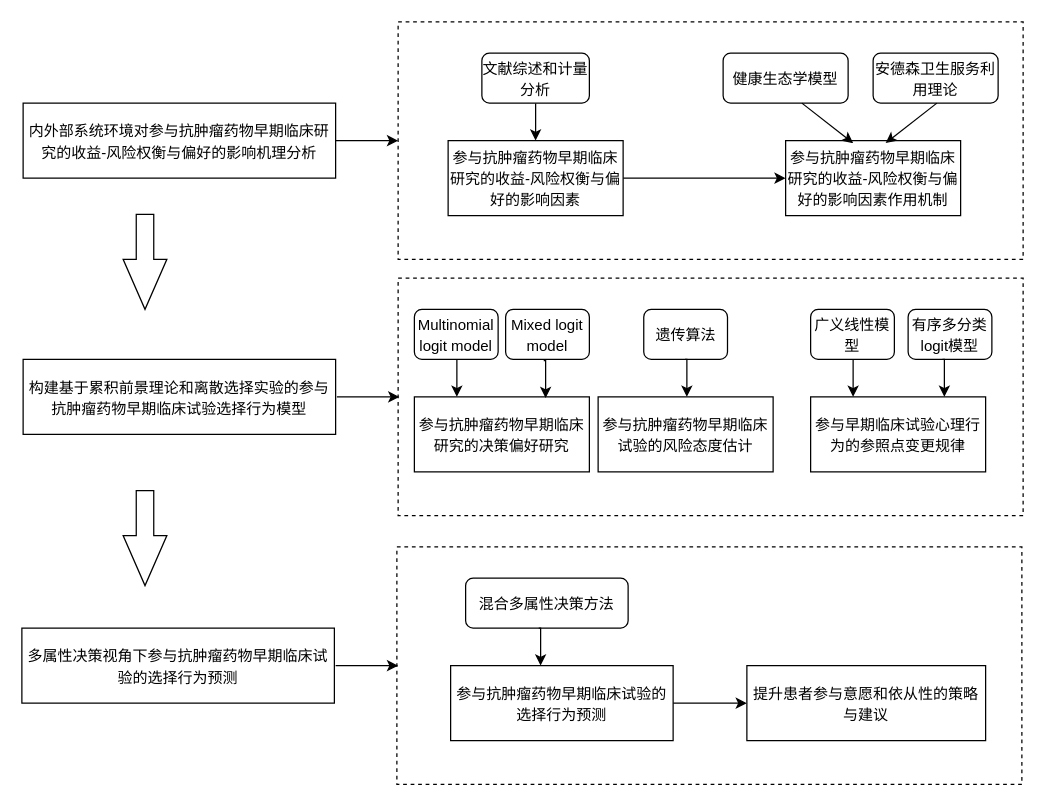
Above: 总体流程图.drawio in linger9085/hello-world (draw.io), before the change. Source tidied: cells renumbered, new cells numbered last; positions are measured from the earlier drawing's top-left corner, leaving out a move shared by most shapes. Both pictures are drawn from the tidied source at 125%, with x=0, y=0 at pixel (21, 21).
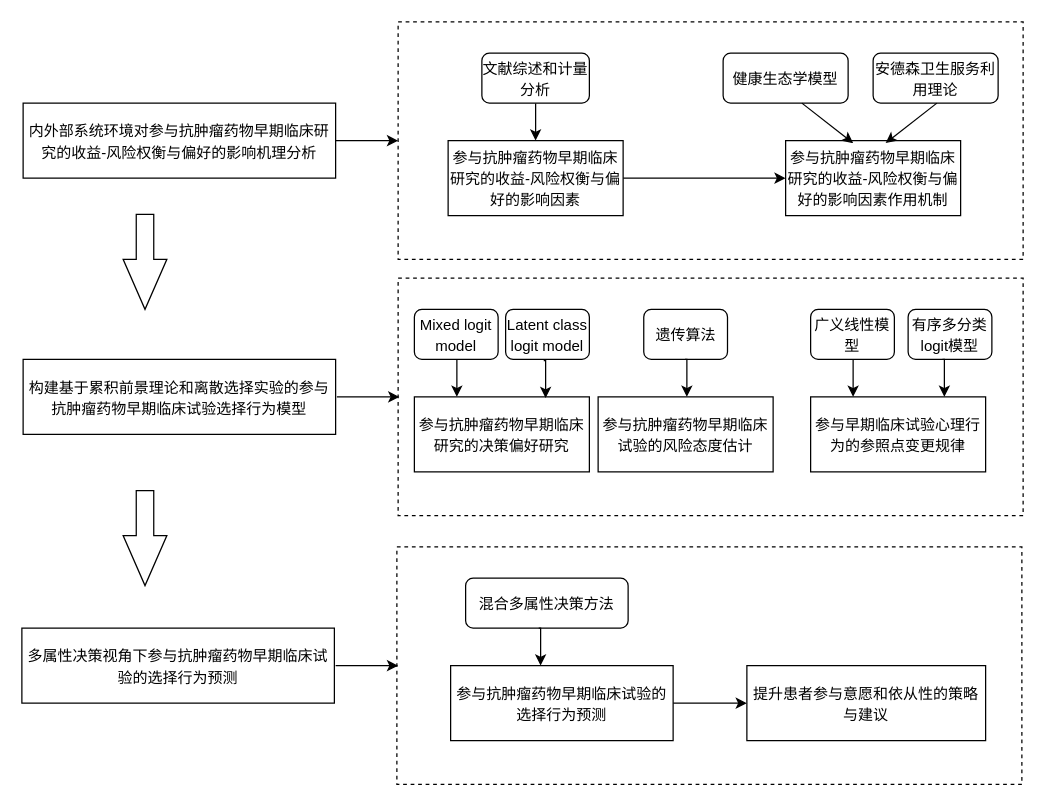
After the change.

Commit message:
更新总体流程图.drawio

Diff of the diagram source:
```diff
@@
-    <mxCell id="18" value="&lt;font style=&quot;font-size: 12px;&quot;&gt;Multinomial logit model&lt;/font&gt;" style="rounded=1;whiteSpace=wrap;html=1;fontSize=14;" parent="1" vertex="1">
+    <mxCell id="18" value="&lt;span style=&quot;font-size: 12px;&quot;&gt;Mixed logit model&lt;/span&gt;" style="rounded=1;whiteSpace=wrap;html=1;fontSize=14;" parent="1" vertex="1">
       <mxGeometry x="314" y="230" width="67" height="40" as="geometry" />
     </mxCell>
@@
-    <mxCell id="23" value="&lt;font style=&quot;font-size: 12px;&quot;&gt;Mixed logit model&lt;/font&gt;" style="rounded=1;whiteSpace=wrap;html=1;fontSize=14;" parent="1" vertex="1">
+    <mxCell id="23" value="&lt;span style=&quot;&quot; lang=&quot;EN-US&quot;&gt;&lt;font style=&quot;font-size: 12px;&quot;&gt;Latent class logit model&lt;/font&gt;&lt;/span&gt;" style="rounded=1;whiteSpace=wrap;html=1;fontSize=14;" parent="1" vertex="1">
       <mxGeometry x="387" y="230" width="67" height="40" as="geometry" />
     </mxCell>
```
